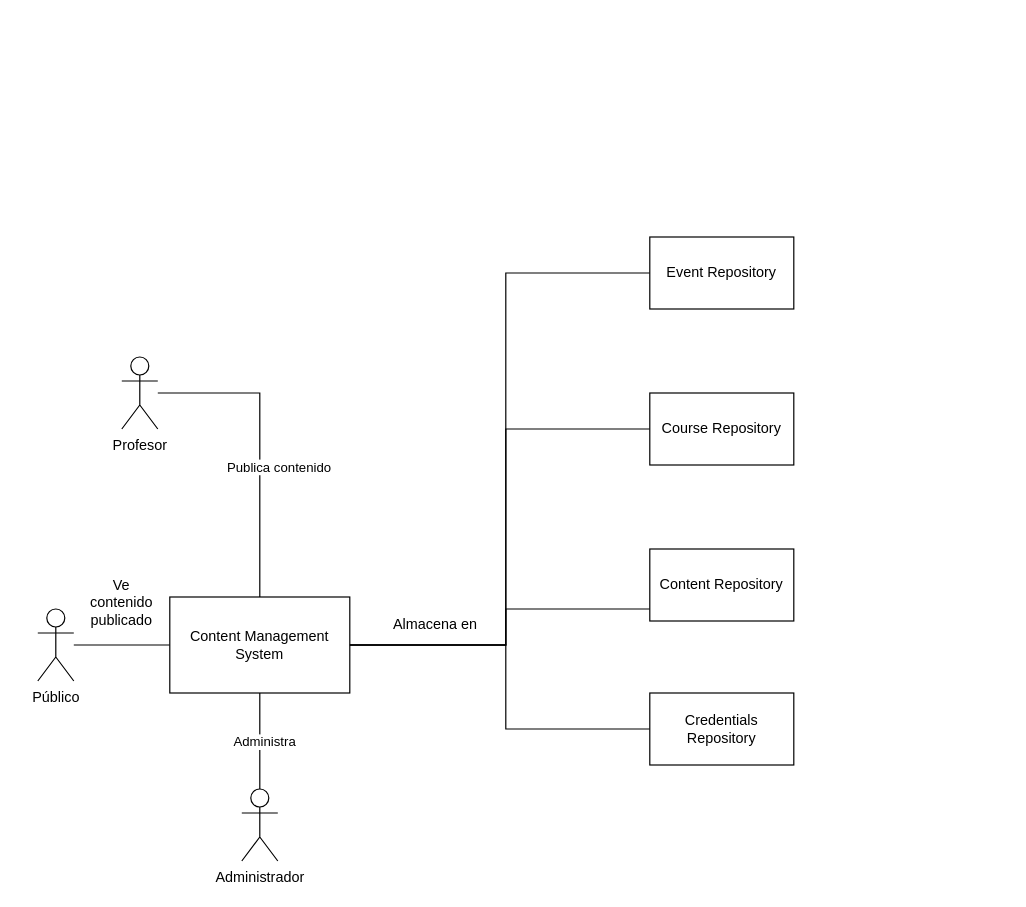
The draw.io diagram page "resumen de casos de uso" (2 of 2) of docs/usecase.drawio in uptagprojects/cartelera-cms, before the edit. Source tidied: cells renumbered, new cells numbered last; positions are measured from the earlier drawing's top-left corner, leaving out a move shared by most shapes. Both pictures are drawn from the tidied source at 120%, with x=0, y=0 at pixel (37, 236).
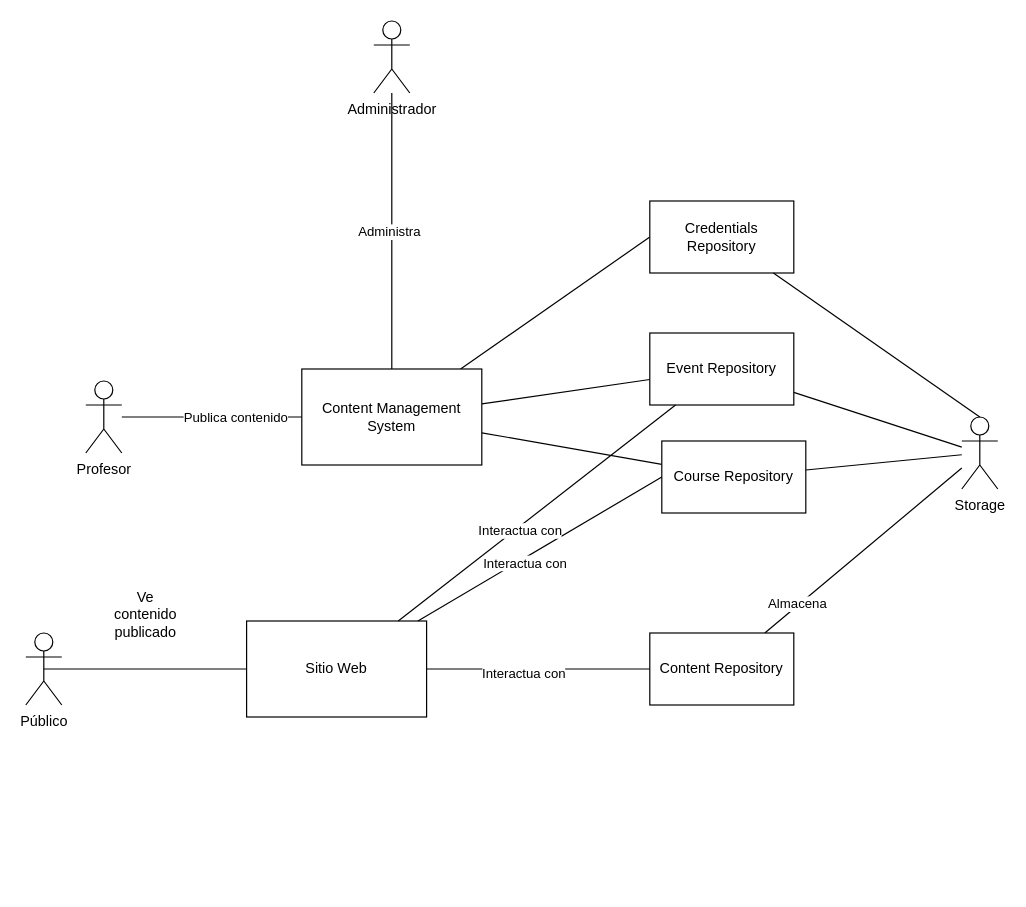
The same page after the edit.

Commit message:
docs: conexion con el repostiroy

What changed in the source:
```diff
@@
-    <mxCell id="2" style="edgeStyle=orthogonalEdgeStyle;rounded=0;jettySize=auto;html=1;endArrow=none;endFill=0;" parent="1" edge="1" source="3" target="7">
-      <mxGeometry relative="1" as="geometry" />
-    </mxCell>
+    <mxCell id="21" style="edgeStyle=orthogonalEdgeStyle;rounded=0;jettySize=auto;html=1;exitX=0.5;exitY=0.5;exitDx=0;exitDy=0;exitPerimeter=0;endArrow=none;endFill=0;" parent="1" edge="1" source="3" target="29">
+      <mxGeometry relative="1" as="geometry" />
+    </mxCell>
     <mxCell id="3" value="Público" style="shape=umlActor;verticalLabelPosition=bottom;verticalAlign=top;html=1;outlineConnect=0;" parent="1" vertex="1">
-      <mxGeometry y="310" width="30" height="60" as="geometry" />
+      <mxGeometry x="-10" y="330" width="30" height="60" as="geometry" />
     </mxCell>
-    <mxCell id="4" style="rounded=0;jettySize=auto;html=1;endArrow=none;endFill=0;edgeStyle=orthogonalEdgeStyle;" parent="1" edge="1" source="7" target="17">
-      <mxGeometry relative="1" as="geometry">
-        <Array as="points">
-          <mxPoint x="390" y="340" />
-          <mxPoint x="390" y="310" />
-        </Array>
-      </mxGeometry>
-    </mxCell>
+    <mxCell id="22" style="rounded=0;jettySize=auto;html=1;entryX=0;entryY=0.5;entryDx=0;entryDy=0;endArrow=none;endFill=0;" parent="1" edge="1" source="7" target="16">
+      <mxGeometry relative="1" as="geometry" />
+    </mxCell>
+    <mxCell id="6" style="rounded=0;jettySize=auto;html=1;endArrow=none;endFill=0;" parent="1" edge="1" source="7" target="19">
+      <mxGeometry relative="1" as="geometry" />
+    </mxCell>
-    <mxCell id="5" style="rounded=0;jettySize=auto;html=1;endArrow=none;endFill=0;edgeStyle=orthogonalEdgeStyle;" parent="1" edge="1" source="7" target="18">
-      <mxGeometry relative="1" as="geometry">
-        <Array as="points">
-          <mxPoint x="390" y="340" />
-          <mxPoint x="390" y="160" />
-        </Array>
-      </mxGeometry>
+    <mxCell id="5" style="rounded=0;jettySize=auto;html=1;endArrow=none;endFill=0;" parent="1" edge="1" source="7" target="18">
+      <mxGeometry relative="1" as="geometry" />
     </mxCell>
-    <mxCell id="6" style="rounded=0;jettySize=auto;html=1;endArrow=none;endFill=0;edgeStyle=orthogonalEdgeStyle;" parent="1" edge="1" source="7" target="19">
-      <mxGeometry relative="1" as="geometry">
-        <Array as="points">
-          <mxPoint x="390" y="340" />
-          <mxPoint x="390" y="30" />
-        </Array>
-      </mxGeometry>
-    </mxCell>
     <mxCell id="7" value="Content Management System" style="rounded=0;whiteSpace=wrap;html=1;" parent="1" vertex="1">
-      <mxGeometry x="110" y="300" width="150" height="80" as="geometry" />
+      <mxGeometry x="220" y="110" width="150" height="80" as="geometry" />
     </mxCell>
     <mxCell id="8" value="Ve contenido publicado" style="text;html=1;align=center;verticalAlign=middle;whiteSpace=wrap;rounded=0;" parent="1" vertex="1">
-      <mxGeometry x="40" y="270" width="60" height="70" as="geometry" />
+      <mxGeometry x="60" y="280" width="60" height="70" as="geometry" />
     </mxCell>
@@
     <mxCell id="11" value="Profesor" style="shape=umlActor;verticalLabelPosition=bottom;verticalAlign=top;html=1;outlineConnect=0;" parent="1" vertex="1">
-      <mxGeometry x="70" y="100" width="30" height="60" as="geometry" />
+      <mxGeometry x="40" y="120" width="30" height="60" as="geometry" />
     </mxCell>
@@
     <mxCell id="14" value="Administrador" style="shape=umlActor;verticalLabelPosition=bottom;verticalAlign=top;html=1;outlineConnect=0;" parent="1" vertex="1">
-      <mxGeometry x="170" y="460" width="30" height="60" as="geometry" />
+      <mxGeometry x="280" y="-180" width="30" height="60" as="geometry" />
     </mxCell>
-    <mxCell id="15" style="edgeStyle=orthogonalEdgeStyle;rounded=0;jettySize=auto;html=1;entryX=1;entryY=0.5;entryDx=0;entryDy=0;endArrow=none;endFill=0;" parent="1" edge="1" source="16" target="7">
-      <mxGeometry relative="1" as="geometry">
-        <Array as="points">
-          <mxPoint x="390" y="410" />
-          <mxPoint x="390" y="340" />
-        </Array>
-      </mxGeometry>
-    </mxCell>
     <mxCell id="16" value="Credentials Repository" style="rounded=0;whiteSpace=wrap;html=1;" parent="1" vertex="1">
-      <mxGeometry x="510" y="380" width="120" height="60" as="geometry" />
+      <mxGeometry x="510" y="-30" width="120" height="60" as="geometry" />
     </mxCell>
+    <mxCell id="23" style="rounded=0;jettySize=auto;html=1;endArrow=none;endFill=0;" parent="1" edge="1" source="17" target="26">
+      <mxGeometry relative="1" as="geometry" />
+    </mxCell>
+    <mxCell id="24" value="Almacena" style="edgeLabel;html=1;align=center;verticalAlign=middle;" parent="23" vertex="1">
+      <mxGeometry x="-0.66" y="2" relative="1" as="geometry" />
+    </mxCell>
     <mxCell id="17" value="Content Repository" style="rounded=0;whiteSpace=wrap;html=1;" parent="1" vertex="1">
-      <mxGeometry x="510" y="260" width="120" height="60" as="geometry" />
+      <mxGeometry x="510" y="330" width="120" height="60" as="geometry" />
     </mxCell>
     <mxCell id="18" value="Course Repository" style="rounded=0;whiteSpace=wrap;html=1;" parent="1" vertex="1">
-      <mxGeometry x="510" y="130" width="120" height="60" as="geometry" />
+      <mxGeometry x="520" y="170" width="120" height="60" as="geometry" />
     </mxCell>
+    <mxCell id="25" style="rounded=0;jettySize=auto;html=1;endArrow=none;endFill=0;" parent="1" edge="1" source="19" target="26">
+      <mxGeometry relative="1" as="geometry" />
+    </mxCell>
     <mxCell id="19" value="Event Repository" style="rounded=0;whiteSpace=wrap;html=1;" parent="1" vertex="1">
-      <mxGeometry x="510" width="120" height="60" as="geometry" />
+      <mxGeometry x="510" y="80" width="120" height="60" as="geometry" />
     </mxCell>
-    <mxCell id="20" value="Almacena en" style="text;html=1;align=center;verticalAlign=middle;strokeColor=none;fillColor=none;" parent="1" vertex="1">
-      <mxGeometry x="286" y="308" width="90" height="30" as="geometry" />
-    </mxCell>
+    <mxCell id="26" value="Storage" style="shape=umlActor;verticalLabelPosition=bottom;verticalAlign=top;html=1;outlineConnect=0;" parent="1" vertex="1">
+      <mxGeometry x="770" y="150" width="30" height="60" as="geometry" />
+    </mxCell>
+    <mxCell id="27" style="edgeStyle=orthogonalEdgeStyle;rounded=0;jettySize=auto;html=1;endArrow=none;endFill=0;" parent="1" edge="1" source="29" target="17">
+      <mxGeometry relative="1" as="geometry" />
+    </mxCell>
+    <mxCell id="28" value="Interactua con" style="edgeLabel;html=1;align=center;verticalAlign=middle;" parent="27" vertex="1">
+      <mxGeometry x="-0.14" y="-3" relative="1" as="geometry" />
+    </mxCell>
+    <mxCell id="29" value="Sitio Web" style="rounded=0;whiteSpace=wrap;html=1;" parent="1" vertex="1">
+      <mxGeometry x="174" y="320" width="150" height="80" as="geometry" />
+    </mxCell>
+    <mxCell id="30" style="rounded=0;jettySize=auto;html=1;endArrow=none;endFill=0;entryX=0;entryY=0.5;entryDx=0;entryDy=0;" parent="1" edge="1" source="29" target="18">
+      <mxGeometry relative="1" as="geometry" />
+    </mxCell>
+    <mxCell id="31" value="Interactua con" style="edgeLabel;html=1;align=center;verticalAlign=middle;" parent="30" vertex="1">
+      <mxGeometry x="-0.14" y="-3" relative="1" as="geometry" />
+    </mxCell>
+    <mxCell id="32" style="rounded=0;jettySize=auto;html=1;endArrow=none;endFill=0;" parent="1" edge="1" source="29" target="19">
+      <mxGeometry relative="1" as="geometry" />
+    </mxCell>
+    <mxCell id="33" value="Interactua con" style="edgeLabel;html=1;align=center;verticalAlign=middle;" parent="32" vertex="1">
+      <mxGeometry x="-0.14" y="-3" relative="1" as="geometry" />
+    </mxCell>
+    <mxCell id="34" style="rounded=0;jettySize=auto;html=1;endArrow=none;endFill=0;" parent="1" edge="1" source="18" target="26">
+      <mxGeometry relative="1" as="geometry" />
+    </mxCell>
+    <mxCell id="35" style="rounded=0;jettySize=auto;html=1;entryX=0.5;entryY=0;entryDx=0;entryDy=0;entryPerimeter=0;endArrow=none;endFill=0;" parent="1" edge="1" source="16" target="26">
+      <mxGeometry relative="1" as="geometry" />
+    </mxCell>
```
